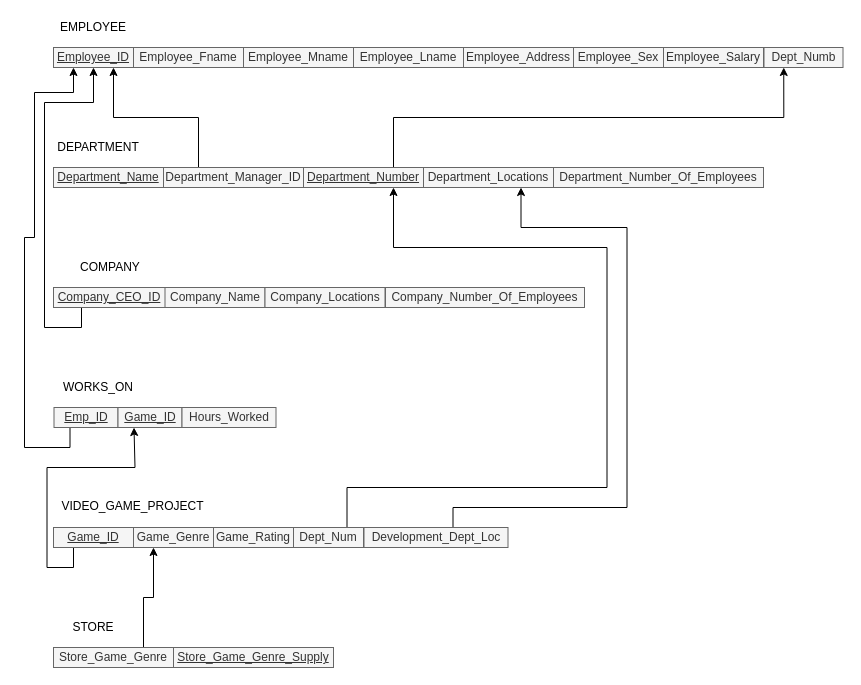
This is page "DB_Schema" (2 of 5) of Computer_Science_CS/4700_Database_Management/Database Management Project Enitity Relationship Diagram.drawio from CameronWFox/College_Courses, a draw.io file, before an edit. Source tidied: cells renumbered, new cells numbered last; positions are measured from the earlier drawing's top-left corner, leaving out a move shared by most shapes. Both pictures are drawn from the tidied source at 100%, with x=0, y=0 at pixel (24, 17).
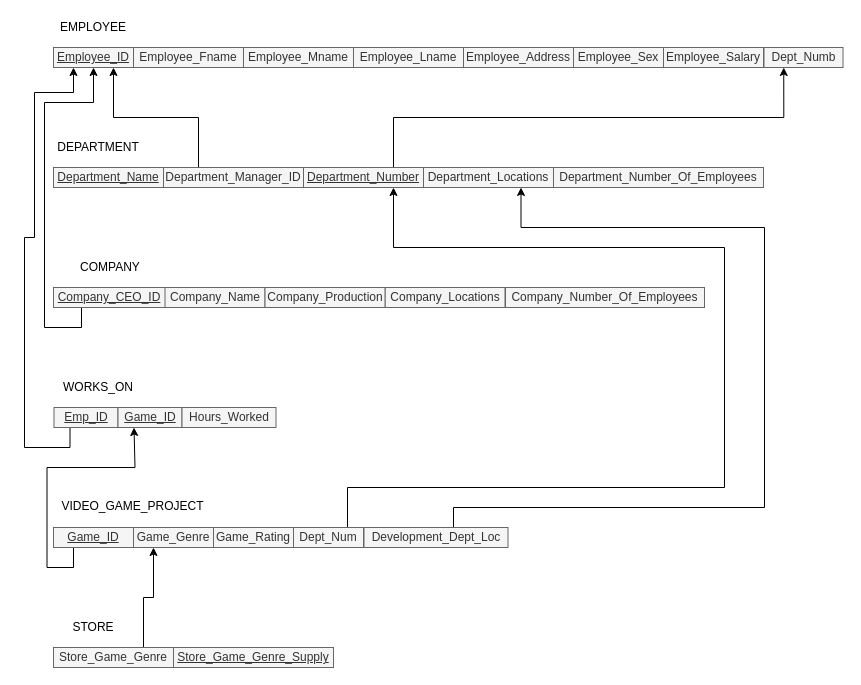
After the change.

Unchanged cells that the change refers to:
```xml
<mxCell id="17" value="Department_Number" style="text;html=1;align=center;verticalAlign=middle;whiteSpace=wrap;rounded=0;fillColor=#f5f5f5;strokeColor=#666666;fontColor=#333333;fontStyle=4;" parent="1" vertex="1">
  <mxGeometry x="279" y="150" width="120" height="20" as="geometry" />
</mxCell>
<mxCell id="18" value="Department_Locations" style="text;html=1;align=center;verticalAlign=middle;whiteSpace=wrap;rounded=0;fillColor=#f5f5f5;strokeColor=#666666;fontColor=#333333;" parent="1" vertex="1">
  <mxGeometry x="399" y="150" width="130" height="20" as="geometry" />
</mxCell>
<mxCell id="36" value="Dept_Num" style="text;html=1;align=center;verticalAlign=middle;whiteSpace=wrap;rounded=0;fillColor=#f5f5f5;strokeColor=#666666;fontColor=#333333;fontStyle=0;" parent="1" vertex="1">
  <mxGeometry x="269" y="510" width="70" height="20" as="geometry" />
</mxCell>
<mxCell id="38" value="Development_Dept_Loc" style="text;html=1;align=center;verticalAlign=middle;whiteSpace=wrap;rounded=0;fillColor=#f5f5f5;strokeColor=#666666;fontColor=#333333;" parent="1" vertex="1">
  <mxGeometry x="339.5" y="510" width="144" height="20" as="geometry" />
</mxCell>
```

What changed in the source:
```diff
@@
     <mxCell id="21" value="Company_Locations" style="text;html=1;align=center;verticalAlign=middle;whiteSpace=wrap;rounded=0;fillColor=#f5f5f5;strokeColor=#666666;fontColor=#333333;" parent="1" vertex="1">
-      <mxGeometry x="240.5" y="270" width="120" height="20" as="geometry" />
+      <mxGeometry x="360.5" y="270" width="120" height="20" as="geometry" />
     </mxCell>
     <mxCell id="22" value="Company_Number_Of_Employees" style="text;html=1;align=center;verticalAlign=middle;whiteSpace=wrap;rounded=0;fillColor=#f5f5f5;strokeColor=#666666;fontColor=#333333;" parent="1" vertex="1">
-      <mxGeometry x="361" y="270" width="199" height="20" as="geometry" />
+      <mxGeometry x="481" y="270" width="199" height="20" as="geometry" />
     </mxCell>
@@
     <mxCell id="35" style="edgeStyle=orthogonalEdgeStyle;rounded=0;jettySize=auto;html=1;exitX=0.75;exitY=0;exitDx=0;exitDy=0;entryX=0.75;entryY=1;entryDx=0;entryDy=0;startArrow=none;startFill=0;endArrow=classic;endFill=1;" parent="1" edge="1" source="36" target="17">
       <mxGeometry relative="1" as="geometry">
         <Array as="points">
-          <mxPoint x="322.5" y="470" />
-          <mxPoint x="582.5" y="470" />
-          <mxPoint x="582.5" y="230" />
-          <mxPoint x="368.5" y="230" />
+          <mxPoint x="323" y="510" />
+          <mxPoint x="323" y="470" />
+          <mxPoint x="700" y="470" />
+          <mxPoint x="700" y="230" />
+          <mxPoint x="369" y="230" />
         </Array>
       </mxGeometry>
     </mxCell>
@@
     <mxCell id="37" style="edgeStyle=orthogonalEdgeStyle;rounded=0;jettySize=auto;html=1;exitX=0.75;exitY=0;exitDx=0;exitDy=0;entryX=0.75;entryY=1;entryDx=0;entryDy=0;startArrow=none;startFill=0;endArrow=classic;endFill=1;" parent="1" edge="1" source="38" target="18">
       <mxGeometry relative="1" as="geometry">
         <Array as="points">
-          <mxPoint x="428.5" y="510" />
-          <mxPoint x="428.5" y="490" />
-          <mxPoint x="602.5" y="490" />
-          <mxPoint x="602.5" y="210" />
-          <mxPoint x="496.5" y="210" />
+          <mxPoint x="429" y="510" />
+          <mxPoint x="429" y="490" />
+          <mxPoint x="740" y="490" />
+          <mxPoint x="740" y="210" />
+          <mxPoint x="496" y="210" />
         </Array>
       </mxGeometry>
     </mxCell>
@@
+    <mxCell id="43" value="Company_Production" style="text;html=1;align=center;verticalAlign=middle;whiteSpace=wrap;rounded=0;fillColor=#f5f5f5;strokeColor=#666666;fontColor=#333333;" parent="1" vertex="1">
+      <mxGeometry x="240.5" y="270" width="120" height="20" as="geometry" />
+    </mxCell>
```
